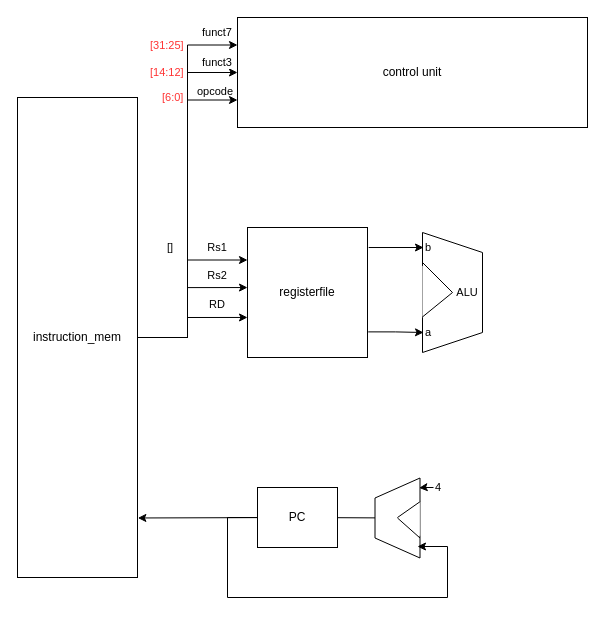
The draw.io diagram project/02_risc_v/C04_rv32i_cpu_r_type/top.drawio in Junbro0608/Verilog_2026_Project, before the edit. Source tidied: cells renumbered, new cells numbered last; positions are measured from the earlier drawing's top-left corner, leaving out a move shared by most shapes. Both pictures are drawn from the tidied source at 100%, with x=0, y=0 at pixel (17, 17).
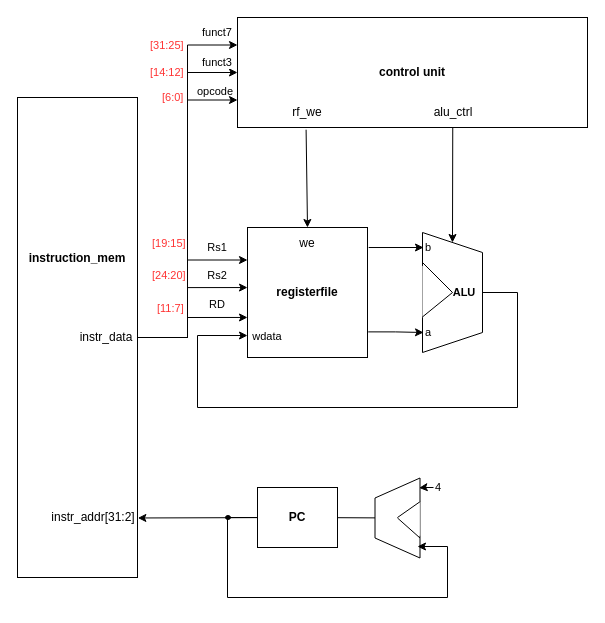
The same diagram, later.

Unchanged cells that the change refers to:
```xml
<mxCell id="20" style="shape=trapezoid;perimeter=trapezoidPerimeter;whiteSpace=wrap;html=1;fixedSize=1;fontFamily=Helvetica;fontSize=11;fontColor=default;labelBackgroundColor=default;rotation=90;" parent="1" vertex="1">
  <mxGeometry x="375" y="245" width="120" height="60" as="geometry" />
</mxCell>
```

The edit, as a diff of the source:
```diff
@@
-    <mxCell id="5" value="registerfile" style="rounded=0;whiteSpace=wrap;html=1;" parent="1" vertex="1">
+    <mxCell id="5" value="&lt;b&gt;registerfile&lt;/b&gt;" style="rounded=0;whiteSpace=wrap;html=1;" parent="1" vertex="1">
       <mxGeometry x="230" y="210" width="120" height="130" as="geometry" />
     </mxCell>
+    <mxCell id="41" style="edgeStyle=none;html=1;entryX=0;entryY=0.5;entryDx=0;entryDy=0;exitX=0.615;exitY=0.997;exitDx=0;exitDy=0;exitPerimeter=0;" parent="1" edge="1" source="6" target="20">
+      <mxGeometry relative="1" as="geometry" />
+    </mxCell>
+    <mxCell id="42" style="edgeStyle=none;html=1;entryX=0.5;entryY=0;entryDx=0;entryDy=0;exitX=0.196;exitY=1.02;exitDx=0;exitDy=0;exitPerimeter=0;" parent="1" edge="1" source="6" target="5">
+      <mxGeometry relative="1" as="geometry" />
+    </mxCell>
-    <mxCell id="6" value="control unit" style="rounded=0;whiteSpace=wrap;html=1;" parent="1" vertex="1">
+    <mxCell id="6" value="&lt;b&gt;control unit&lt;/b&gt;" style="rounded=0;whiteSpace=wrap;html=1;" parent="1" vertex="1">
       <mxGeometry x="220" width="350" height="110" as="geometry" />
     </mxCell>
-    <mxCell id="7" value="PC" style="rounded=0;whiteSpace=wrap;html=1;" parent="1" vertex="1">
+    <mxCell id="7" value="&lt;b&gt;PC&lt;/b&gt;" style="rounded=0;whiteSpace=wrap;html=1;" parent="1" vertex="1">
       <mxGeometry x="240" y="470" width="80" height="60" as="geometry" />
     </mxCell>
@@
-    <mxCell id="12" value="instruction_mem" style="rounded=0;whiteSpace=wrap;html=1;" parent="1" vertex="1">
+    <mxCell id="12" value="&lt;b&gt;instruction_mem&lt;/b&gt;&lt;div&gt;&lt;b&gt;&lt;br&gt;&lt;/b&gt;&lt;/div&gt;&lt;div&gt;&lt;b&gt;&lt;br&gt;&lt;/b&gt;&lt;/div&gt;&lt;div&gt;&lt;b&gt;&lt;br&gt;&lt;/b&gt;&lt;/div&gt;&lt;div&gt;&lt;b&gt;&lt;br&gt;&lt;/b&gt;&lt;/div&gt;&lt;div&gt;&lt;b&gt;&lt;br&gt;&lt;/b&gt;&lt;/div&gt;&lt;div&gt;&lt;b&gt;&lt;br&gt;&lt;/b&gt;&lt;/div&gt;&lt;div&gt;&lt;b&gt;&lt;br&gt;&lt;/b&gt;&lt;/div&gt;&lt;div&gt;&lt;b&gt;&lt;br&gt;&lt;/b&gt;&lt;/div&gt;&lt;div&gt;&lt;b&gt;&lt;br&gt;&lt;/b&gt;&lt;/div&gt;&lt;div&gt;&lt;b&gt;&lt;br&gt;&lt;/b&gt;&lt;/div&gt;&lt;div&gt;&lt;br&gt;&lt;/div&gt;" style="rounded=0;whiteSpace=wrap;html=1;" parent="1" vertex="1">
       <mxGeometry y="80" width="120" height="480" as="geometry" />
     </mxCell>
@@
-    <mxCell id="24" value="ALU" style="text;html=1;align=center;verticalAlign=middle;whiteSpace=wrap;rounded=0;fontFamily=Helvetica;fontSize=11;fontColor=default;labelBackgroundColor=default;" parent="1" vertex="1">
-      <mxGeometry x="420" y="260" width="60" height="30" as="geometry" />
+    <mxCell id="24" value="&lt;b&gt;ALU&lt;/b&gt;" style="text;html=1;align=center;verticalAlign=middle;whiteSpace=wrap;rounded=0;fontFamily=Helvetica;fontSize=11;fontColor=default;labelBackgroundColor=default;" parent="1" vertex="1">
+      <mxGeometry x="429" y="260" width="36" height="30" as="geometry" />
     </mxCell>
@@
-    <mxCell id="36" value="[]" style="text;html=1;align=center;verticalAlign=middle;whiteSpace=wrap;rounded=0;fontFamily=Helvetica;fontSize=11;fontColor=default;labelBackgroundColor=default;" parent="1" vertex="1">
-      <mxGeometry x="138" y="225" width="30" height="10" as="geometry" />
-    </mxCell>
@@
+    <mxCell id="43" value="[19:15]" style="text;html=1;align=left;verticalAlign=middle;whiteSpace=wrap;rounded=0;fontFamily=Helvetica;fontSize=11;fontColor=#FF3333;labelBackgroundColor=default;" parent="1" vertex="1">
+      <mxGeometry x="133" y="216" width="30" height="19" as="geometry" />
+    </mxCell>
+    <mxCell id="44" value="[24:20]" style="text;html=1;align=left;verticalAlign=middle;whiteSpace=wrap;rounded=0;fontFamily=Helvetica;fontSize=11;fontColor=#FF3333;labelBackgroundColor=default;" parent="1" vertex="1">
+      <mxGeometry x="133" y="248" width="30" height="19" as="geometry" />
+    </mxCell>
+    <mxCell id="45" value="[11:7]" style="text;html=1;align=left;verticalAlign=middle;whiteSpace=wrap;rounded=0;fontFamily=Helvetica;fontSize=11;fontColor=#FF3333;labelBackgroundColor=default;" parent="1" vertex="1">
+      <mxGeometry x="138" y="281" width="30" height="19" as="geometry" />
+    </mxCell>
+    <mxCell id="46" value="instr_data" style="text;html=1;align=center;verticalAlign=middle;whiteSpace=wrap;rounded=0;" parent="1" vertex="1">
+      <mxGeometry x="59" y="305" width="60" height="30" as="geometry" />
+    </mxCell>
+    <mxCell id="47" value="instr_addr[31:2]" style="text;html=1;align=center;verticalAlign=middle;whiteSpace=wrap;rounded=0;" parent="1" vertex="1">
+      <mxGeometry x="46" y="485" width="60" height="30" as="geometry" />
+    </mxCell>
+    <mxCell id="48" value="rf_we" style="text;html=1;align=center;verticalAlign=middle;whiteSpace=wrap;rounded=0;" parent="1" vertex="1">
+      <mxGeometry x="260" y="80" width="60" height="30" as="geometry" />
+    </mxCell>
+    <mxCell id="49" style="edgeStyle=orthogonalEdgeStyle;html=1;entryX=0;entryY=0.831;entryDx=0;entryDy=0;entryPerimeter=0;rounded=0;" parent="1" edge="1" source="24" target="5">
+      <mxGeometry relative="1" as="geometry">
+        <Array as="points">
+          <mxPoint x="500" y="275" />
+          <mxPoint x="500" y="390" />
+          <mxPoint x="180" y="390" />
+          <mxPoint x="180" y="318" />
+        </Array>
+      </mxGeometry>
+    </mxCell>
+    <mxCell id="50" value="alu_ctrl" style="text;html=1;align=center;verticalAlign=middle;whiteSpace=wrap;rounded=0;" parent="1" vertex="1">
+      <mxGeometry x="406" y="80" width="60" height="30" as="geometry" />
+    </mxCell>
+    <mxCell id="51" value="wdata" style="text;html=1;align=center;verticalAlign=middle;whiteSpace=wrap;rounded=0;fontFamily=Helvetica;fontSize=11;fontColor=default;labelBackgroundColor=default;" parent="1" vertex="1">
+      <mxGeometry x="230" y="311" width="40" height="15" as="geometry" />
+    </mxCell>
+    <mxCell id="52" value="we" style="text;html=1;align=center;verticalAlign=middle;whiteSpace=wrap;rounded=0;" parent="1" vertex="1">
+      <mxGeometry x="260" y="210.5" width="60" height="30" as="geometry" />
+    </mxCell>
+    <mxCell id="53" style="ellipse;whiteSpace=wrap;html=1;fillColor=#000000;" parent="1" vertex="1">
+      <mxGeometry x="208" y="498" width="5" height="4" as="geometry" />
+    </mxCell>
```
